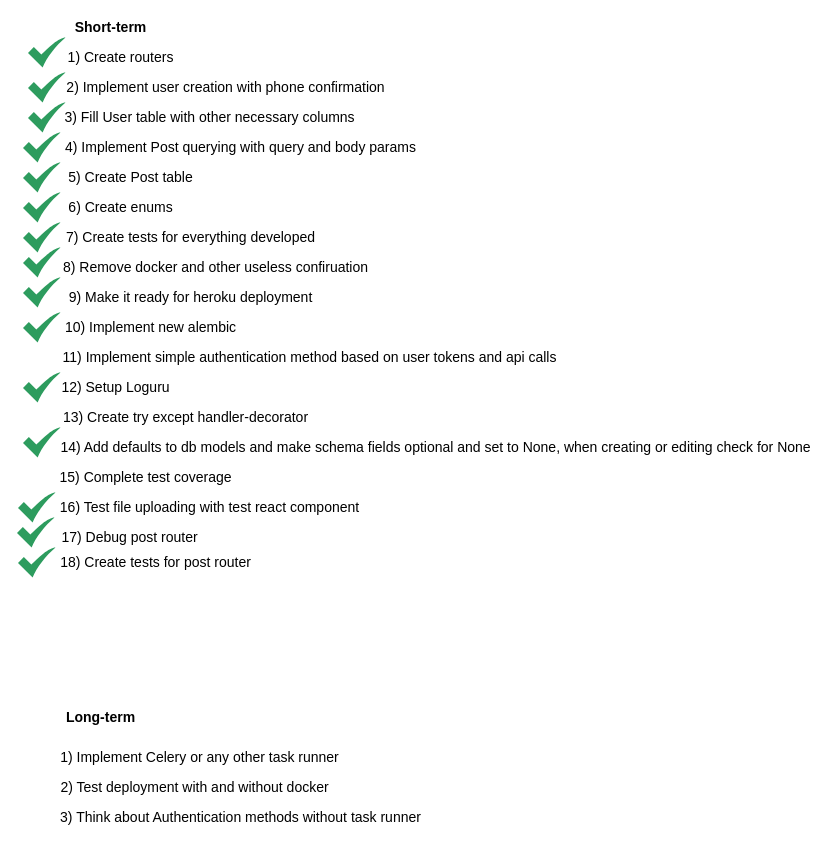
Above: page "Objectives" (5 of 5) of backend/schema.drawio in Madi-S/kolik (draw.io), before the change. Source tidied: cells renumbered, new cells numbered last; positions are measured from the earlier drawing's top-left corner, leaving out a move shared by most shapes. Both pictures are drawn from the tidied source at 100%, with x=0, y=0 at pixel (16, 17).
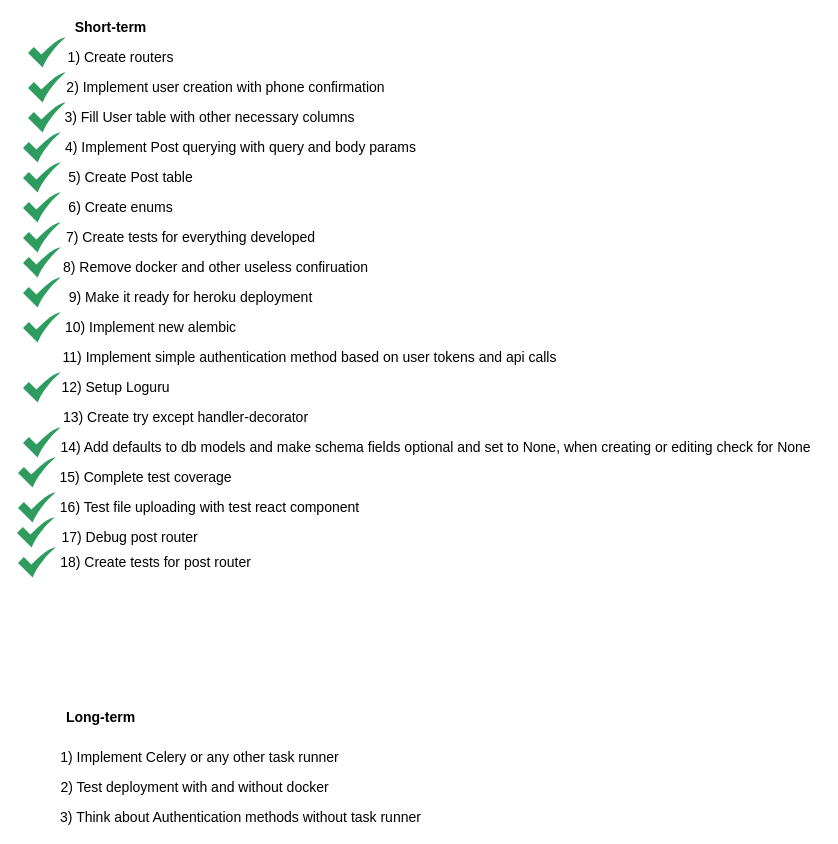
Above is the later version.

Change to the diagram source:
```diff
@@
+    <mxCell id="40" style="sketch=0;html=1;strokeColor=none;shadow=0;align=center;verticalAlign=top;fillColor=#2D9C5E;shape=mxgraph.gcp2.check;fontSize=14;" parent="1" vertex="1">
+      <mxGeometry x="1.5" y="440" width="37.5" height="30" as="geometry" />
+    </mxCell>
```
